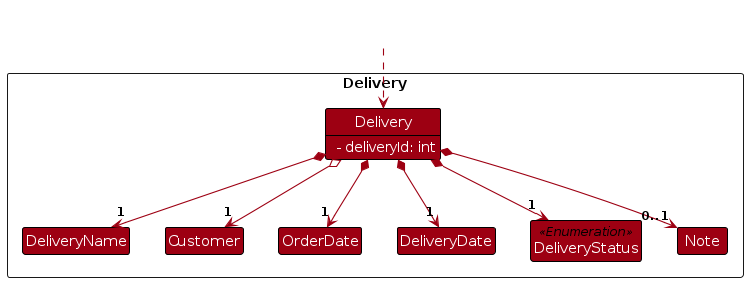
Before: diagrams/DeliveryClassDiagram.png, a diagram exported from PlantUML (zhonghan721/tp). Its source is kept beside it as diagrams/DeliveryClassDiagram.puml.
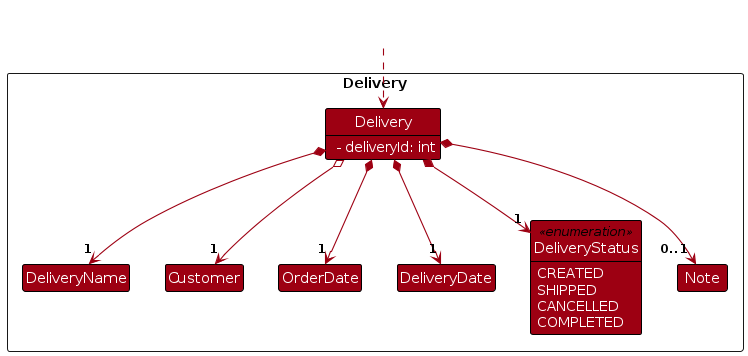
After the commit.

Change to the diagram source:
```diff
@@ -16,8 +16,13 @@
 Class DeliveryStatus
 Class Note
 
-Class DeliveryStatus <<Enumeration>>{
+Class DeliveryStatus <<enumeration>>{
+<color: #FFFFFF>CREATED
+<color: #FFFFFF>SHIPPED
+<color: #FFFFFF>CANCELLED
+<color: #FFFFFF>COMPLETED
 }
+show DeliveryStatus fields
 Class I<<HIDDEN>> #FFFFFF
 }
 
```
